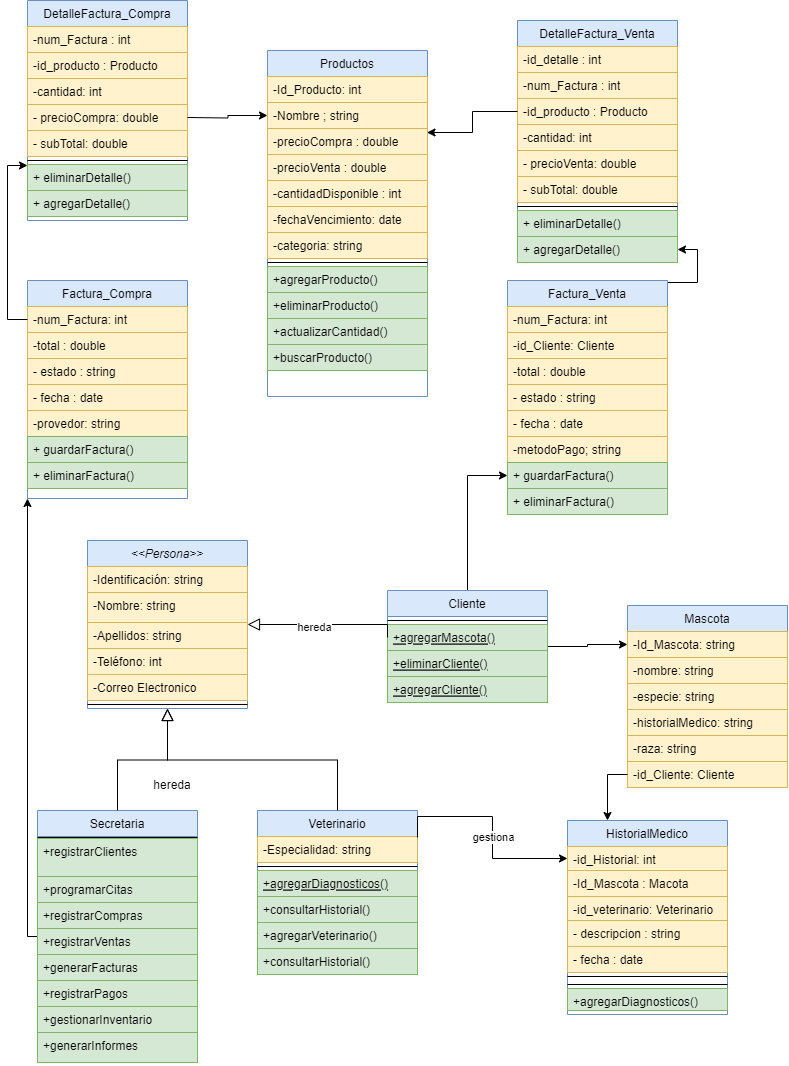
MarielRo/Portafolio_Java_Mariel keeps this draw.io diagram as Proyecto_Mariel/DiagramaClases_Vete.drawio.png. Above is the earlier version. Source tidied: cells renumbered, new cells last; positions are measured from the earlier drawing's top-left corner, leaving out a move shared by most shapes.
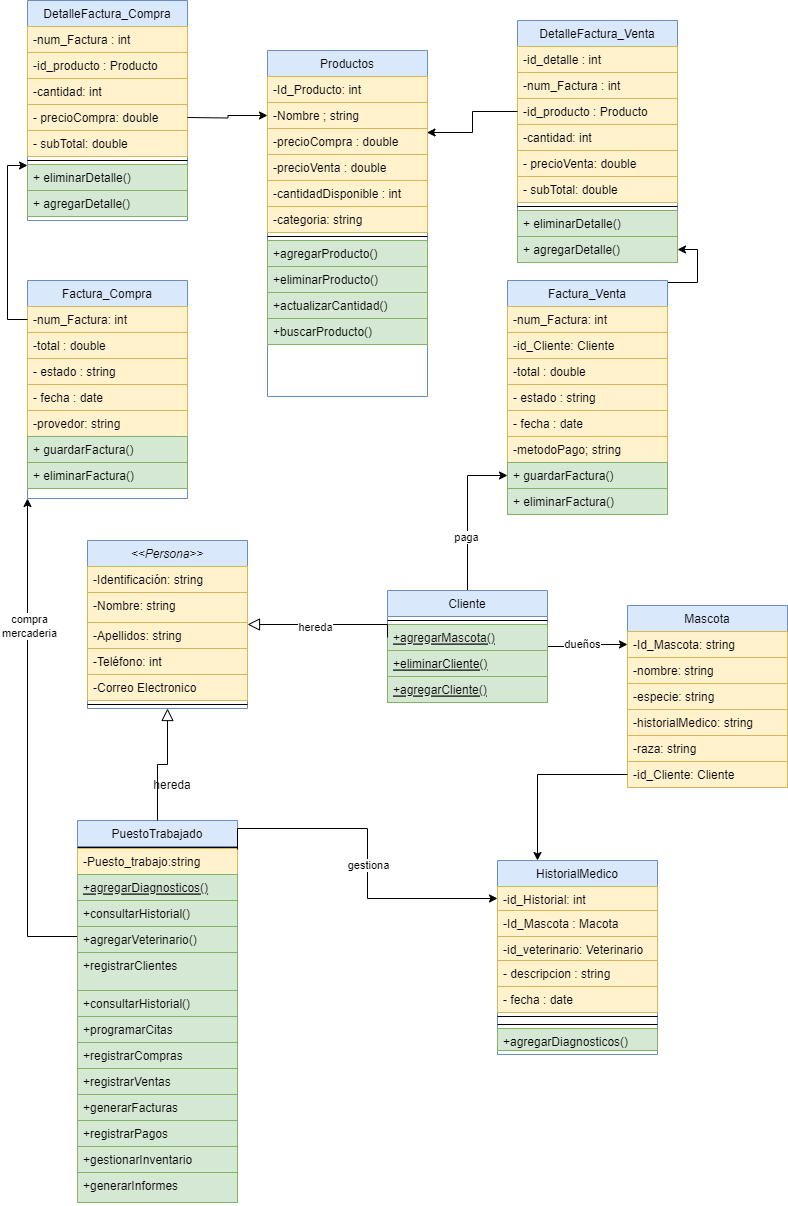
After the commit.

Diff of the diagram source:
```diff
@@ -23,66 +23,60 @@
     <mxCell id="8" style="line;html=1;strokeWidth=1;align=left;verticalAlign=middle;spacingTop=-1;spacingLeft=3;spacingRight=3;labelPosition=right;" parent="2" vertex="1">
       <mxGeometry y="160" width="160" height="8" as="geometry" />
     </mxCell>
-    <mxCell id="9" value="Veterinario" style="swimlane;fontStyle=0;align=center;verticalAlign=top;horizontal=1;startSize=26;rounded=0;shadow=0;strokeWidth=1;fillColor=#dae8fc;strokeColor=#6c8ebf;" parent="1" vertex="1">
-      <mxGeometry x="230" y="810" width="160" height="164" as="geometry" />
-    </mxCell>
+    <mxCell id="17" style="edgeStyle=orthogonalEdgeStyle;rounded=0;jettySize=auto;html=1;entryX=0;entryY=1;entryDx=0;entryDy=0;" parent="1" edge="1" source="18" target="91">
+      <mxGeometry relative="1" as="geometry">
+        <Array as="points">
+          <mxPoint y="936" />
+        </Array>
+      </mxGeometry>
+    </mxCell>
+    <mxCell id="111" value="compra &lt;br&gt;mercaderia" style="edgeLabel;html=1;align=center;verticalAlign=middle;" parent="17" vertex="1">
+      <mxGeometry x="0.48" y="-1" relative="1" as="geometry" />
+    </mxCell>
+    <mxCell id="18" value="PuestoTrabajado" style="swimlane;fontStyle=0;align=center;verticalAlign=top;horizontal=1;startSize=26;rounded=0;shadow=0;strokeWidth=1;fillColor=#dae8fc;strokeColor=#6c8ebf;" parent="1" vertex="1">
+      <mxGeometry x="50" y="820" width="160" height="382" as="geometry" />
+    </mxCell>
+    <mxCell id="19" style="line;html=1;strokeWidth=1;align=left;verticalAlign=middle;spacingTop=-1;spacingLeft=3;spacingRight=3;labelPosition=right;" parent="18" vertex="1">
+      <mxGeometry y="26" width="160" height="2" as="geometry" />
+    </mxCell>
-    <mxCell id="10" value="-Especialidad: string&#10;&#10;" style="text;align=left;verticalAlign=top;spacingLeft=4;spacingRight=4;overflow=hidden;points=[[0,0.5],[1,0.5]];portConstraint=eastwest;fillColor=#fff2cc;strokeColor=#d6b656;" parent="9" vertex="1">
-      <mxGeometry y="26" width="160" height="26" as="geometry" />
+    <mxCell id="10" value="-Puesto_trabajo:string&#10;&#10;" style="text;align=left;verticalAlign=top;spacingLeft=4;spacingRight=4;overflow=hidden;points=[[0,0.5],[1,0.5]];portConstraint=eastwest;fillColor=#fff2cc;strokeColor=#d6b656;" parent="18" vertex="1">
+      <mxGeometry y="28" width="160" height="26" as="geometry" />
     </mxCell>
-    <mxCell id="11" style="line;html=1;strokeWidth=1;align=left;verticalAlign=middle;spacingTop=-1;spacingLeft=3;spacingRight=3;labelPosition=right;" parent="9" vertex="1">
-      <mxGeometry y="52" width="160" height="8" as="geometry" />
-    </mxCell>
-    <mxCell id="12" value="+agregarDiagnosticos()" style="text;align=left;verticalAlign=top;spacingLeft=4;spacingRight=4;overflow=hidden;fontStyle=4;fillColor=#d5e8d4;strokeColor=#82b366;" parent="9" vertex="1">
-      <mxGeometry y="60" width="160" height="26" as="geometry" />
+    <mxCell id="12" value="+agregarDiagnosticos()" style="text;align=left;verticalAlign=top;spacingLeft=4;spacingRight=4;overflow=hidden;fontStyle=4;fillColor=#d5e8d4;strokeColor=#82b366;" parent="18" vertex="1">
+      <mxGeometry y="54" width="160" height="26" as="geometry" />
     </mxCell>
-    <mxCell id="13" value="+consultarHistorial()&#10;&#10;" style="text;align=left;verticalAlign=top;spacingLeft=4;spacingRight=4;overflow=hidden;fillColor=#d5e8d4;strokeColor=#82b366;" parent="9" vertex="1">
-      <mxGeometry y="86" width="160" height="26" as="geometry" />
+    <mxCell id="13" value="+consultarHistorial()&#10;&#10;" style="text;align=left;verticalAlign=top;spacingLeft=4;spacingRight=4;overflow=hidden;fillColor=#d5e8d4;strokeColor=#82b366;" parent="18" vertex="1">
+      <mxGeometry y="80" width="160" height="26" as="geometry" />
     </mxCell>
-    <mxCell id="14" value="+agregarVeterinario()&#10;&#10;" style="text;align=left;verticalAlign=top;spacingLeft=4;spacingRight=4;overflow=hidden;fillColor=#d5e8d4;strokeColor=#82b366;" parent="9" vertex="1">
-      <mxGeometry y="112" width="160" height="26" as="geometry" />
+    <mxCell id="14" value="+agregarVeterinario()&#10;&#10;" style="text;align=left;verticalAlign=top;spacingLeft=4;spacingRight=4;overflow=hidden;fillColor=#d5e8d4;strokeColor=#82b366;" parent="18" vertex="1">
+      <mxGeometry y="106" width="160" height="26" as="geometry" />
     </mxCell>
+    <mxCell id="20" value="+registrarClientes" style="text;align=left;verticalAlign=top;spacingLeft=4;spacingRight=4;overflow=hidden;fillColor=#d5e8d4;strokeColor=#82b366;" parent="18" vertex="1">
+      <mxGeometry y="132" width="160" height="38" as="geometry" />
+    </mxCell>
-    <mxCell id="15" value="+consultarHistorial()&#10;&#10;" style="text;align=left;verticalAlign=top;spacingLeft=4;spacingRight=4;overflow=hidden;fillColor=#d5e8d4;strokeColor=#82b366;" parent="9" vertex="1">
-      <mxGeometry y="138" width="160" height="26" as="geometry" />
+    <mxCell id="15" value="+consultarHistorial()&#10;&#10;" style="text;align=left;verticalAlign=top;spacingLeft=4;spacingRight=4;overflow=hidden;fillColor=#d5e8d4;strokeColor=#82b366;" parent="18" vertex="1">
+      <mxGeometry y="170" width="160" height="26" as="geometry" />
     </mxCell>
-    <mxCell id="16" style="endArrow=block;endSize=10;endFill=0;shadow=0;strokeWidth=1;rounded=0;edgeStyle=elbowEdgeStyle;elbow=vertical;" parent="1" edge="1" source="9" target="2">
-      <mxGeometry relative="1" as="geometry" />
-    </mxCell>
-    <mxCell id="17" style="edgeStyle=orthogonalEdgeStyle;rounded=0;jettySize=auto;html=1;entryX=0;entryY=1;entryDx=0;entryDy=0;" parent="1" edge="1" source="18" target="91">
-      <mxGeometry relative="1" as="geometry">
-        <Array as="points">
-          <mxPoint y="936" />
-        </Array>
-      </mxGeometry>
-    </mxCell>
-    <mxCell id="18" value="Secretaria" style="swimlane;fontStyle=0;align=center;verticalAlign=top;horizontal=1;startSize=26;rounded=0;shadow=0;strokeWidth=1;fillColor=#dae8fc;strokeColor=#6c8ebf;" parent="1" vertex="1">
-      <mxGeometry x="10" y="810" width="160" height="252" as="geometry" />
-    </mxCell>
-    <mxCell id="19" style="line;html=1;strokeWidth=1;align=left;verticalAlign=middle;spacingTop=-1;spacingLeft=3;spacingRight=3;labelPosition=right;" parent="18" vertex="1">
-      <mxGeometry y="26" width="160" height="2" as="geometry" />
-    </mxCell>
-    <mxCell id="20" value="+registrarClientes" style="text;align=left;verticalAlign=top;spacingLeft=4;spacingRight=4;overflow=hidden;fillColor=#d5e8d4;strokeColor=#82b366;" parent="18" vertex="1">
-      <mxGeometry y="28" width="160" height="38" as="geometry" />
-    </mxCell>
     <mxCell id="21" value="+programarCitas" style="text;align=left;verticalAlign=top;spacingLeft=4;spacingRight=4;overflow=hidden;fillColor=#d5e8d4;strokeColor=#82b366;" parent="18" vertex="1">
-      <mxGeometry y="66" width="160" height="26" as="geometry" />
+      <mxGeometry y="196" width="160" height="26" as="geometry" />
     </mxCell>
     <mxCell id="22" value="+registrarCompras" style="text;align=left;verticalAlign=top;spacingLeft=4;spacingRight=4;overflow=hidden;fillColor=#d5e8d4;strokeColor=#82b366;" parent="18" vertex="1">
-      <mxGeometry y="92" width="160" height="26" as="geometry" />
+      <mxGeometry y="222" width="160" height="26" as="geometry" />
     </mxCell>
     <mxCell id="23" value="+registrarVentas" style="text;align=left;verticalAlign=top;spacingLeft=4;spacingRight=4;overflow=hidden;fillColor=#d5e8d4;strokeColor=#82b366;" parent="18" vertex="1">
-      <mxGeometry y="118" width="160" height="26" as="geometry" />
+      <mxGeometry y="248" width="160" height="26" as="geometry" />
     </mxCell>
     <mxCell id="24" value="+generarFacturas" style="text;align=left;verticalAlign=top;spacingLeft=4;spacingRight=4;overflow=hidden;fillColor=#d5e8d4;strokeColor=#82b366;" parent="18" vertex="1">
-      <mxGeometry y="144" width="160" height="26" as="geometry" />
+      <mxGeometry y="274" width="160" height="26" as="geometry" />
     </mxCell>
     <mxCell id="25" value="+registrarPagos" style="text;align=left;verticalAlign=top;spacingLeft=4;spacingRight=4;overflow=hidden;fillColor=#d5e8d4;strokeColor=#82b366;" parent="18" vertex="1">
-      <mxGeometry y="170" width="160" height="26" as="geometry" />
+      <mxGeometry y="300" width="160" height="26" as="geometry" />
     </mxCell>
     <mxCell id="26" value="+gestionarInventario" style="text;align=left;verticalAlign=top;spacingLeft=4;spacingRight=4;overflow=hidden;fillColor=#d5e8d4;strokeColor=#82b366;" parent="18" vertex="1">
-      <mxGeometry y="196" width="160" height="26" as="geometry" />
+      <mxGeometry y="326" width="160" height="26" as="geometry" />
     </mxCell>
     <mxCell id="27" value="+generarInformes" style="text;align=left;verticalAlign=top;spacingLeft=4;spacingRight=4;overflow=hidden;fillColor=#d5e8d4;strokeColor=#82b366;" parent="18" vertex="1">
-      <mxGeometry y="222" width="160" height="30" as="geometry" />
+      <mxGeometry y="352" width="160" height="30" as="geometry" />
     </mxCell>
     <mxCell id="28" style="endArrow=block;endSize=10;endFill=0;shadow=0;strokeWidth=1;rounded=0;edgeStyle=elbowEdgeStyle;elbow=vertical;exitX=0.5;exitY=0;exitDx=0;exitDy=0;" parent="1" edge="1" source="18" target="2">
       <mxGeometry relative="1" as="geometry" />
@@ -90,9 +84,19 @@
     <mxCell id="29" style="edgeStyle=orthogonalEdgeStyle;rounded=0;jettySize=auto;html=1;entryX=0;entryY=0.5;entryDx=0;entryDy=0;" parent="1" edge="1" source="31" target="38">
       <mxGeometry relative="1" as="geometry" />
     </mxCell>
+    <mxCell id="112" value="dueños" style="edgeLabel;html=1;align=center;verticalAlign=middle;" parent="29" vertex="1">
+      <mxGeometry x="-0.16" y="3" relative="1" as="geometry">
+        <mxPoint x="-1" as="offset" />
+      </mxGeometry>
+    </mxCell>
     <mxCell id="30" style="edgeStyle=orthogonalEdgeStyle;rounded=0;jettySize=auto;html=1;entryX=0;entryY=0.5;entryDx=0;entryDy=0;" parent="1" edge="1" source="31" target="52">
       <mxGeometry relative="1" as="geometry" />
     </mxCell>
+    <mxCell id="113" value="paga" style="edgeLabel;html=1;align=center;verticalAlign=middle;" parent="30" vertex="1">
+      <mxGeometry x="-0.32" y="2" relative="1" as="geometry">
+        <mxPoint y="-1" as="offset" />
+      </mxGeometry>
+    </mxCell>
     <mxCell id="31" value="Cliente" style="swimlane;fontStyle=0;align=center;verticalAlign=top;horizontal=1;startSize=26;rounded=0;shadow=0;strokeWidth=1;fillColor=#dae8fc;strokeColor=#6c8ebf;" parent="1" vertex="1">
       <mxGeometry x="360" y="590" width="160" height="112" as="geometry" />
     </mxCell>
@@ -198,7 +202,7 @@
       <mxGeometry y="216" width="160" height="26" as="geometry" />
     </mxCell>
     <mxCell id="64" value="HistorialMedico" style="swimlane;fontStyle=0;align=center;verticalAlign=top;horizontal=1;startSize=26;rounded=0;shadow=0;strokeWidth=1;fillColor=#dae8fc;strokeColor=#6c8ebf;" parent="1" vertex="1">
-      <mxGeometry x="540" y="820" width="160" height="194" as="geometry" />
+      <mxGeometry x="470" y="860" width="160" height="194" as="geometry" />
     </mxCell>
     <mxCell id="65" value="-id_Historial: int" style="text;align=left;verticalAlign=top;spacingLeft=4;spacingRight=4;overflow=hidden;points=[[0,0.5],[1,0.5]];portConstraint=eastwest;fillColor=#fff2cc;strokeColor=#d6b656;" parent="64" vertex="1">
       <mxGeometry y="26" width="160" height="24" as="geometry" />
@@ -242,26 +246,23 @@
     <mxCell id="78" value="-cantidadDisponible : int" style="text;align=left;verticalAlign=top;spacingLeft=4;spacingRight=4;overflow=hidden;rounded=0;shadow=0;html=0;fillColor=#fff2cc;strokeColor=#d6b656;" parent="73" vertex="1">
       <mxGeometry y="130" width="160" height="26" as="geometry" />
     </mxCell>
-    <mxCell id="79" value="-fechaVencimiento: date" style="text;align=left;verticalAlign=top;spacingLeft=4;spacingRight=4;overflow=hidden;rounded=0;shadow=0;html=0;fillColor=#fff2cc;strokeColor=#d6b656;" parent="73" vertex="1">
-      <mxGeometry y="156" width="160" height="26" as="geometry" />
-    </mxCell>
     <mxCell id="80" value="-categoria: string" style="text;align=left;verticalAlign=top;spacingLeft=4;spacingRight=4;overflow=hidden;rounded=0;shadow=0;html=0;fillColor=#fff2cc;strokeColor=#d6b656;" parent="73" vertex="1">
-      <mxGeometry y="182" width="160" height="26" as="geometry" />
+      <mxGeometry y="156" width="160" height="26" as="geometry" />
     </mxCell>
     <mxCell id="81" style="line;html=1;strokeWidth=1;align=left;verticalAlign=middle;spacingTop=-1;spacingLeft=3;spacingRight=3;labelPosition=right;" parent="73" vertex="1">
-      <mxGeometry y="208" width="160" height="8" as="geometry" />
+      <mxGeometry y="182" width="160" height="8" as="geometry" />
     </mxCell>
     <mxCell id="82" value="+agregarProducto()" style="text;align=left;verticalAlign=top;spacingLeft=4;spacingRight=4;overflow=hidden;rounded=0;shadow=0;html=0;fillColor=#d5e8d4;strokeColor=#82b366;" parent="73" vertex="1">
-      <mxGeometry y="216" width="160" height="26" as="geometry" />
+      <mxGeometry y="190" width="160" height="26" as="geometry" />
     </mxCell>
     <mxCell id="83" value="+eliminarProducto()" style="text;align=left;verticalAlign=top;spacingLeft=4;spacingRight=4;overflow=hidden;rounded=0;shadow=0;html=0;fillColor=#d5e8d4;strokeColor=#82b366;" parent="73" vertex="1">
-      <mxGeometry y="242" width="160" height="26" as="geometry" />
+      <mxGeometry y="216" width="160" height="26" as="geometry" />
     </mxCell>
     <mxCell id="84" value="+actualizarCantidad()" style="text;align=left;verticalAlign=top;spacingLeft=4;spacingRight=4;overflow=hidden;rounded=0;shadow=0;html=0;fillColor=#d5e8d4;strokeColor=#82b366;" parent="73" vertex="1">
-      <mxGeometry y="268" width="160" height="26" as="geometry" />
+      <mxGeometry y="242" width="160" height="26" as="geometry" />
     </mxCell>
     <mxCell id="85" value="+buscarProducto()" style="text;align=left;verticalAlign=top;spacingLeft=4;spacingRight=4;overflow=hidden;rounded=0;shadow=0;html=0;fillColor=#d5e8d4;strokeColor=#82b366;" parent="73" vertex="1">
-      <mxGeometry y="294" width="160" height="26" as="geometry" />
+      <mxGeometry y="268" width="160" height="26" as="geometry" />
     </mxCell>
     <mxCell id="86" style="edgeStyle=orthogonalEdgeStyle;rounded=0;jettySize=auto;html=1;entryX=0.25;entryY=0;entryDx=0;entryDy=0;" parent="1" edge="1" source="43" target="64">
       <mxGeometry relative="1" as="geometry" />
```
